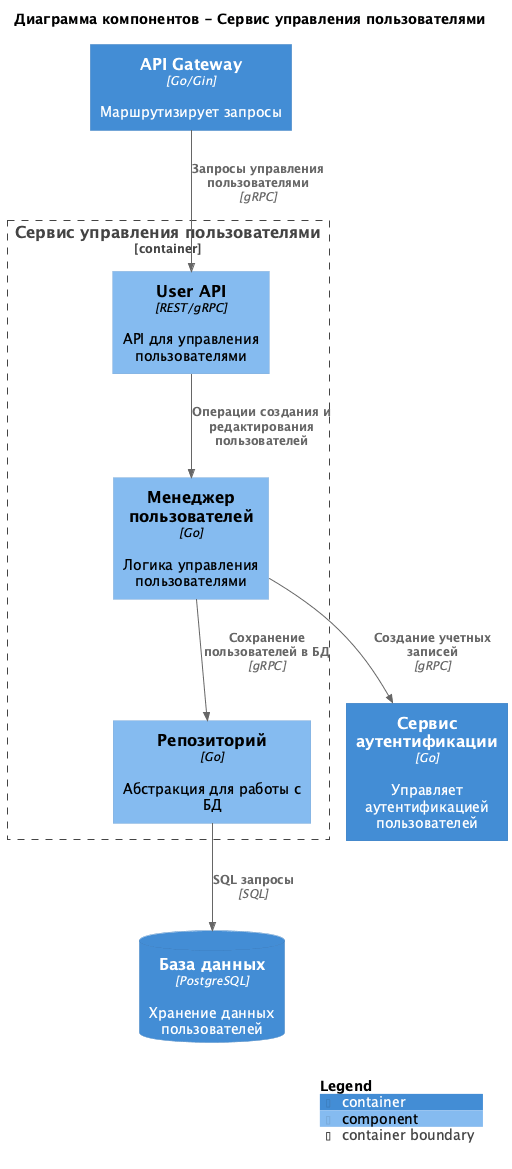
Earlier version of the PlantUML export architecture/C4_Component_UserService.png (adilyas/architecture-warmhouse). Source of this version:
```plantuml
@startuml C4_Component_UserService
!include https://raw.githubusercontent.com/plantuml-stdlib/C4-PlantUML/master/C4_Component.puml

title Диаграмма компонентов - Сервис управления пользователями

Container(api_gateway, "API Gateway", "Go/Gin", "Маршрутизирует запросы")
Container(auth_service, "Сервис аутентификации", "Go", "Управляет аутентификацией пользователей")
ContainerDb(database, "База данных", "PostgreSQL", "Хранение данных пользователей")

Container_Boundary(user_service, "Сервис управления пользователями") {
    Component(user_api, "User API", "REST/gRPC", "API для управления пользователями")
    Component(user_manager, "Менеджер пользователей", "Go", "Логика управления пользователями")
    Component(data_access, "Репозиторий", "Go", "Абстракция для работы с БД")
}

Rel(api_gateway, user_api, "Запросы управления пользователями", "gRPC")

Rel(user_api, user_manager, "Операции создания и редактирования пользователей", "")

Rel(user_manager, auth_service, "Создание учетных записей", "gRPC")
Rel(user_manager, data_access, "Сохранение пользователей в БД", "gRPC")

Rel(data_access, database, "SQL запросы", "SQL")

SHOW_LEGEND()
@enduml
```
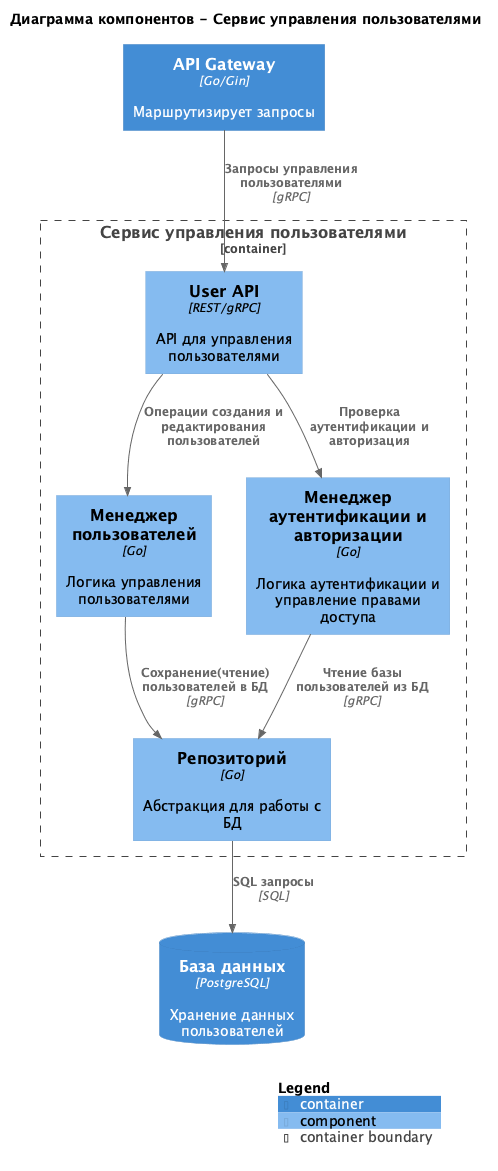
The same file after the commit.

Change to the diagram source:
```diff
@@ -4,21 +4,22 @@
 title Диаграмма компонентов - Сервис управления пользователями
 
 Container(api_gateway, "API Gateway", "Go/Gin", "Маршрутизирует запросы")
-Container(auth_service, "Сервис аутентификации", "Go", "Управляет аутентификацией пользователей")
 ContainerDb(database, "База данных", "PostgreSQL", "Хранение данных пользователей")
 
 Container_Boundary(user_service, "Сервис управления пользователями") {
     Component(user_api, "User API", "REST/gRPC", "API для управления пользователями")
     Component(user_manager, "Менеджер пользователей", "Go", "Логика управления пользователями")
+    Component(auth_manager, "Менеджер аутентификации и авторизации", "Go", "Логика аутентификации и управление правами доступа")
     Component(data_access, "Репозиторий", "Go", "Абстракция для работы с БД")
 }
 
 Rel(api_gateway, user_api, "Запросы управления пользователями", "gRPC")
 
 Rel(user_api, user_manager, "Операции создания и редактирования пользователей", "")
+Rel(user_api, auth_manager, "Проверка аутентификации и авторизация", "")
 
-Rel(user_manager, auth_service, "Создание учетных записей", "gRPC")
-Rel(user_manager, data_access, "Сохранение пользователей в БД", "gRPC")
+Rel(user_manager, data_access, "Сохранение(чтение) пользователей в БД", "gRPC")
+Rel(auth_manager, data_access, "Чтение базы пользователей из БД", "gRPC")
 
 Rel(data_access, database, "SQL запросы", "SQL")
 
```
